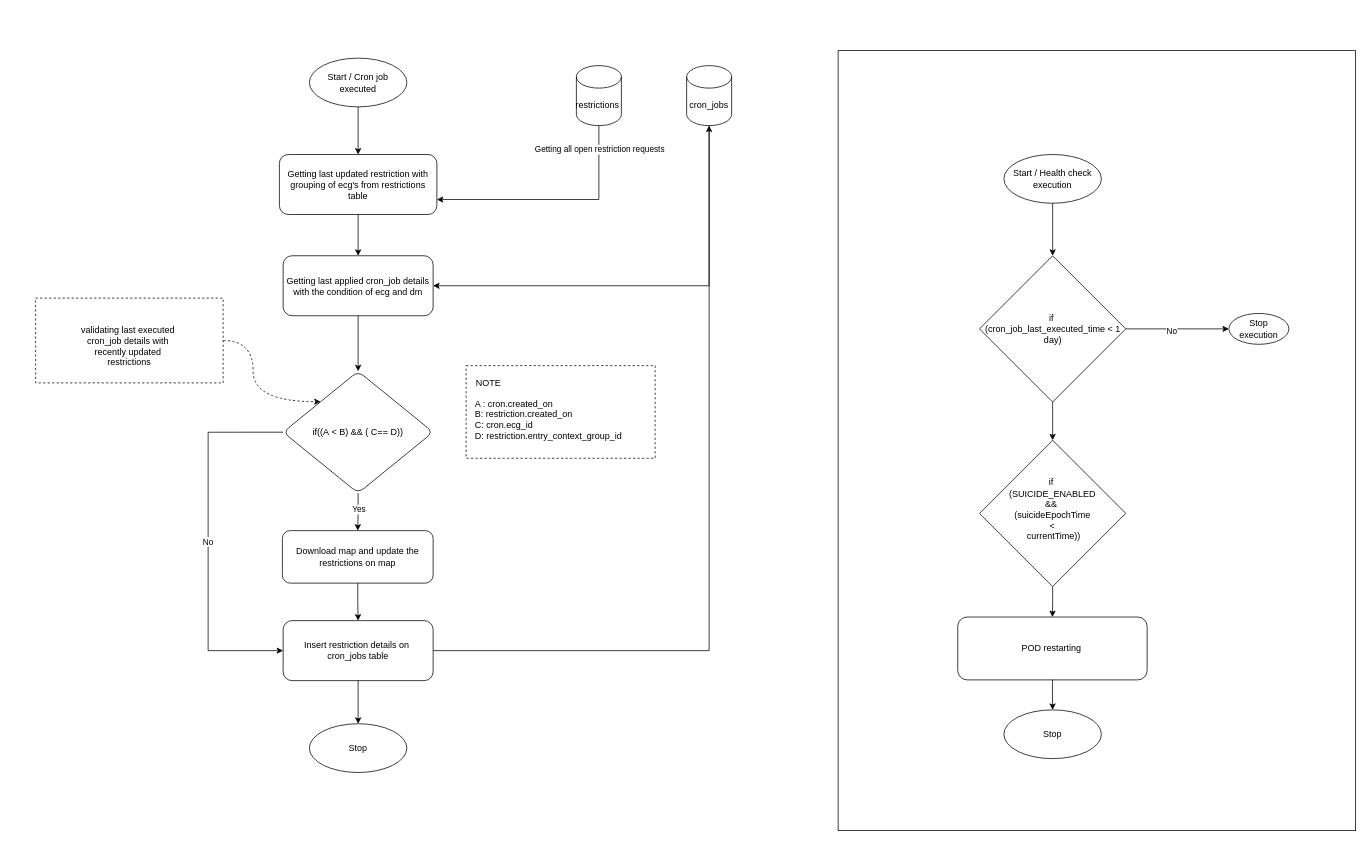
Above: bbrover_pod_restart.drawio in bb-midhunps/diagrams (draw.io), before the change. Source tidied: cells renumbered, new cells numbered last; positions are measured from the earlier drawing's top-left corner, leaving out a move shared by most shapes. Both pictures are drawn from the tidied source at 75%, with x=0, y=0 at pixel (35, 50).
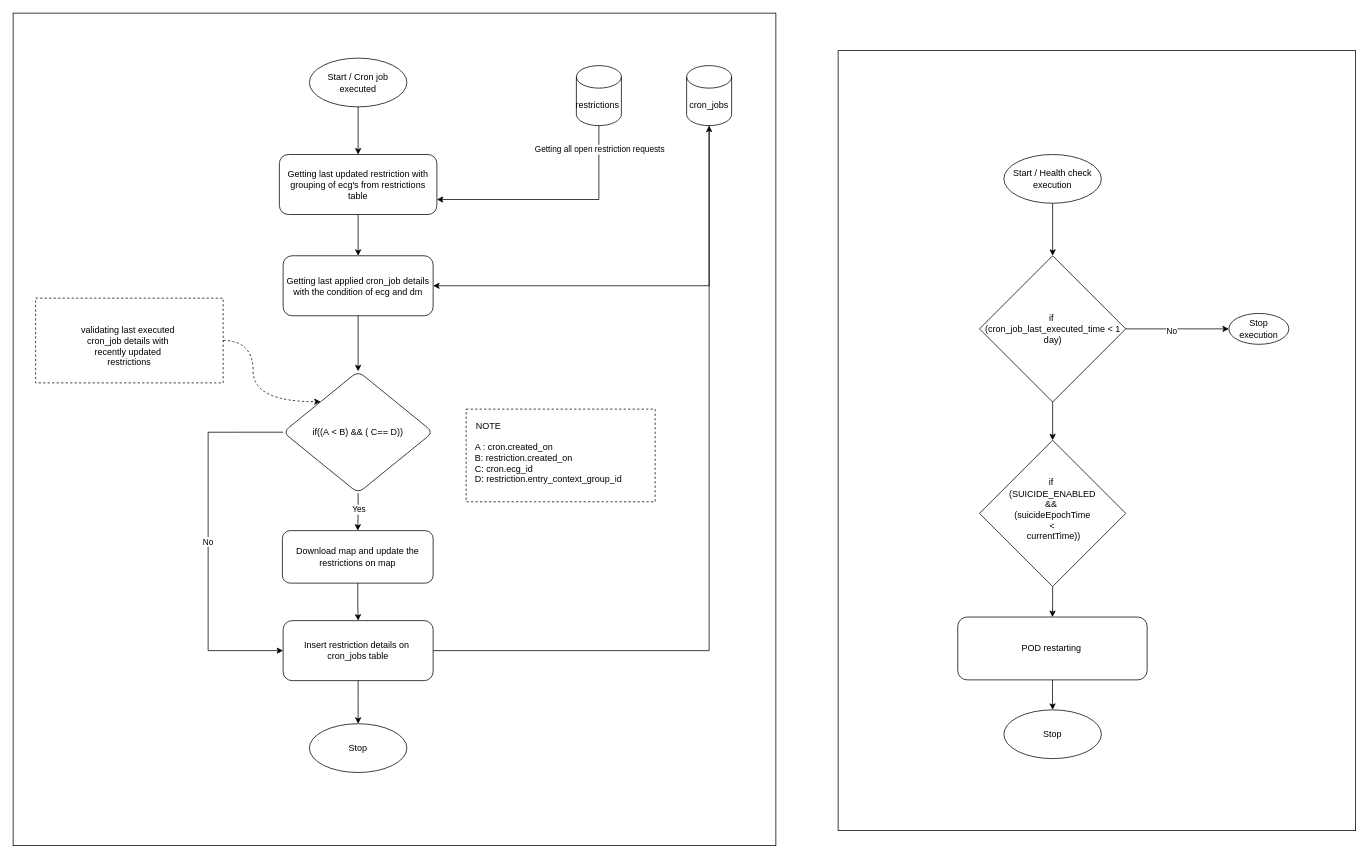
The same page after the edit.

The edit, as a diff of the source:
```diff
@@
+    <mxCell id="43" style="rounded=0;whiteSpace=wrap;html=1;fillColor=none;" parent="1" vertex="1">
+      <mxGeometry x="-30" y="-50" width="1017" height="1110" as="geometry" />
+    </mxCell>
@@
     <mxCell id="37" style="rounded=0;whiteSpace=wrap;html=1;fillColor=none;align=left;dashed=1;" parent="1" vertex="1">
-      <mxGeometry x="574" y="420" width="252" height="123.5" as="geometry" />
+      <mxGeometry x="574" y="478" width="252" height="123.5" as="geometry" />
     </mxCell>
     <mxCell id="38" value="&lt;span style=&quot;&quot;&gt;A : cron.created_on&lt;/span&gt;&lt;div style=&quot;&quot;&gt;B: restriction.created_on&lt;br&gt;&lt;div&gt;C: cron.ecg_id&lt;/div&gt;&lt;div&gt;D: restriction.entry_context_group_id&lt;/div&gt;&lt;/div&gt;" style="text;html=1;align=left;verticalAlign=middle;whiteSpace=wrap;rounded=0;" parent="1" vertex="1">
-      <mxGeometry x="584" y="446.8" width="230" height="90" as="geometry" />
+      <mxGeometry x="584" y="504.8" width="230" height="90" as="geometry" />
     </mxCell>
     <mxCell id="39" value="NOTE" style="text;html=1;align=center;verticalAlign=middle;whiteSpace=wrap;rounded=0;" parent="1" vertex="1">
-      <mxGeometry x="574" y="427.5" width="60" height="30" as="geometry" />
+      <mxGeometry x="574" y="485.5" width="60" height="30" as="geometry" />
     </mxCell>
```
